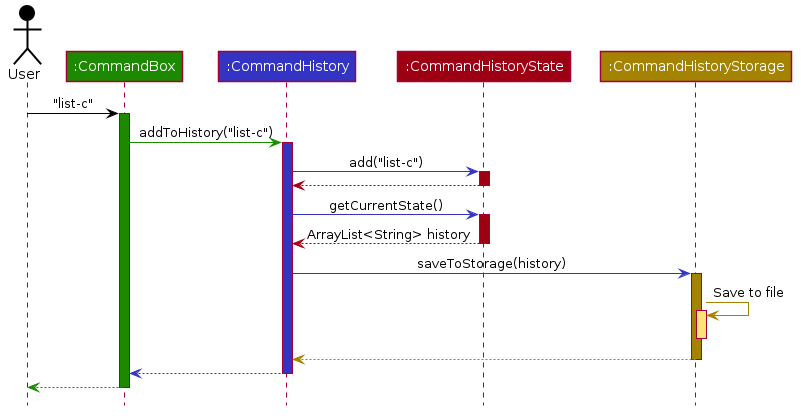
nus-cs2103-AY1920S2/addressbook-level3 keeps this PlantUML diagram as docs/images/CommandHistorySequenceDiagram.png. Above is the earlier version. Source of this version:
```plantuml
@startuml








skinparam BackgroundColor #FFFFFFF

skinparam Shadowing false

skinparam Class {
    FontColor #FFFFFF
    BorderThickness 1
    BorderColor #FFFFFF
    StereotypeFontColor #FFFFFF
    FontName Arial
}

skinparam Actor {
    BorderColor #000000
    Color #000000
    FontName Arial
}

skinparam Sequence {
    MessageAlign center
    BoxFontSize 15
    BoxPadding 0
    BoxFontColor #FFFFFF
    FontName Arial
}

skinparam Participant {
    FontColor #FFFFFFF
    Padding 20
}

skinparam MinClassWidth 50
skinparam ParticipantPadding 10
skinparam Shadowing false
skinparam DefaultTextAlignment center
skinparam packageStyle Rectangle

hide footbox
hide members
hide circle

Actor User as user #000000
Participant ":CommandBox" as ui #1D8900
Participant ":CommandHistory" as logic #3333C4
Participant ":CommandHistoryState" as model #9D0012
Participant ":CommandHistoryStorage" as storage #A38300

user -[#000000]> ui : "list-c"
activate ui #1D8900

ui -[#1D8900]> logic : addToHistory("list-c")
activate logic #3333C4

logic -[#3333C4]> model : add("list-c")
activate model #9D0012

model -[#9D0012]-> logic
deactivate model

logic -[#3333C4]> model : getCurrentState()
activate model #9D0012

model -[#9D0012]-> logic : ArrayList<String> history
deactivate model

logic -[#3333C4]> storage : saveToStorage(history)
activate storage #A38300

storage -[#A38300]> storage : Save to file
activate storage #FFE374
deactivate storage

storage --[#A38300]> logic
deactivate storage

logic --[#3333C4]> ui
deactivate logic

ui--[#1D8900]> user
deactivate ui
@enduml
```
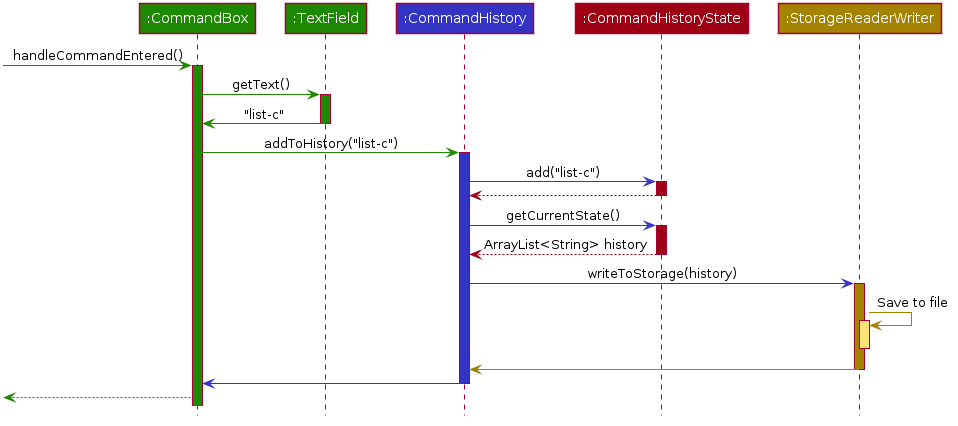
After the commit.

Commit message:
Update UML diagrams for command history

What changed in the source:
```diff
@@ -48,43 +48,49 @@
 hide members
 hide circle
 
-Actor User as user #000000
-Participant ":CommandBox" as ui #1D8900
-Participant ":CommandHistory" as logic #3333C4
-Participant ":CommandHistoryState" as model #9D0012
-Participant ":CommandHistoryStorage" as storage #A38300
+Participant ":CommandBox" as commandBox #1D8900
+Participant ":TextField" as textField #1D8900
+Participant ":CommandHistory" as commandHistory #3333C4
+Participant ":CommandHistoryState" as commandHistoryState #9D0012
+Participant ":StorageReaderWriter" as storageReaderWriter #A38300
 
-user -[#000000]> ui : "list-c"
-activate ui #1D8900
+-[#1D8900]> commandBox : handleCommandEntered()
+activate commandBox #1D8900
 
-ui -[#1D8900]> logic : addToHistory("list-c")
-activate logic #3333C4
+commandBox -[#1D8900]> textField : getText()
+activate textField #1D8900
 
-logic -[#3333C4]> model : add("list-c")
-activate model #9D0012
+textField -[#1D8900]> commandBox : "list-c"
+deactivate textField
 
-model -[#9D0012]-> logic
-deactivate model
+commandBox -[#1D8900]> commandHistory : addToHistory("list-c")
+activate commandHistory #3333C4
 
-logic -[#3333C4]> model : getCurrentState()
-activate model #9D0012
+commandHistory -[#3333C4]> commandHistoryState : add("list-c")
+activate commandHistoryState #9D0012
 
-model -[#9D0012]-> logic : ArrayList<String> history
-deactivate model
+commandHistoryState -[#9D0012]-> commandHistory
+deactivate commandHistoryState
 
-logic -[#3333C4]> storage : saveToStorage(history)
-activate storage #A38300
+commandHistory -[#3333C4]> commandHistoryState : getCurrentState()
+activate commandHistoryState #9D0012
 
-storage -[#A38300]> storage : Save to file
-activate storage #FFE374
-deactivate storage
+commandHistoryState -[#9D0012]-> commandHistory : ArrayList<String> history
+deactivate commandHistoryState
 
-storage --[#A38300]> logic
-deactivate storage
+commandHistory -[#3333C4]> storageReaderWriter : writeToStorage(history)
+activate storageReaderWriter #A38300
 
-logic --[#3333C4]> ui
-deactivate logic
+storageReaderWriter -[#A38300]> storageReaderWriter : Save to file
+activate storageReaderWriter #FFE374
+deactivate storageReaderWriter
 
-ui--[#1D8900]> user
-deactivate ui
+storageReaderWriter -[#A38300]> commandHistory
+deactivate storageReaderWriter
+
+commandHistory -[#3333C4]> commandBox
+deactivate commandHistory
+
+[<[#1D8900]-- commandBox
+
 @enduml
```
